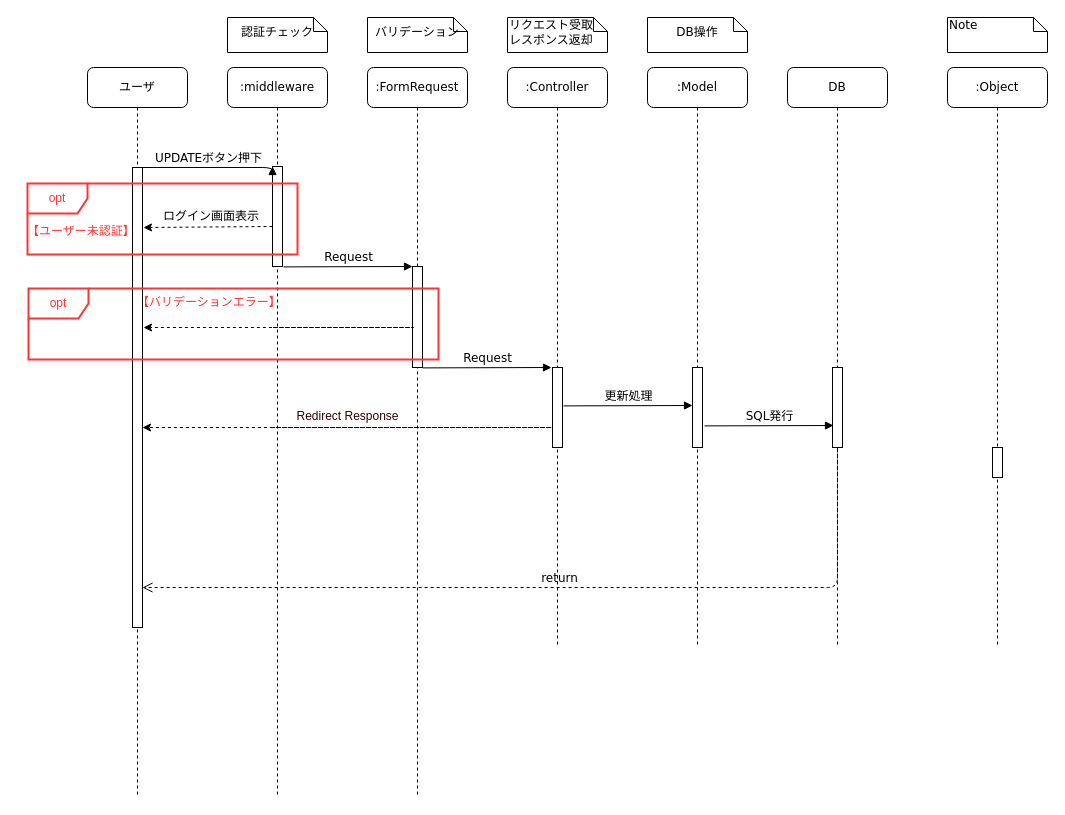
Above: Untitled Diagram.drawio in ryota-kawachi/ryota-kawachi.github.io (draw.io), before the change. Source tidied: cells renumbered, new cells numbered last; positions are measured from the earlier drawing's top-left corner, leaving out a move shared by most shapes. Both pictures are drawn from the tidied source at 100%, with x=0, y=0 at pixel (18, 17).
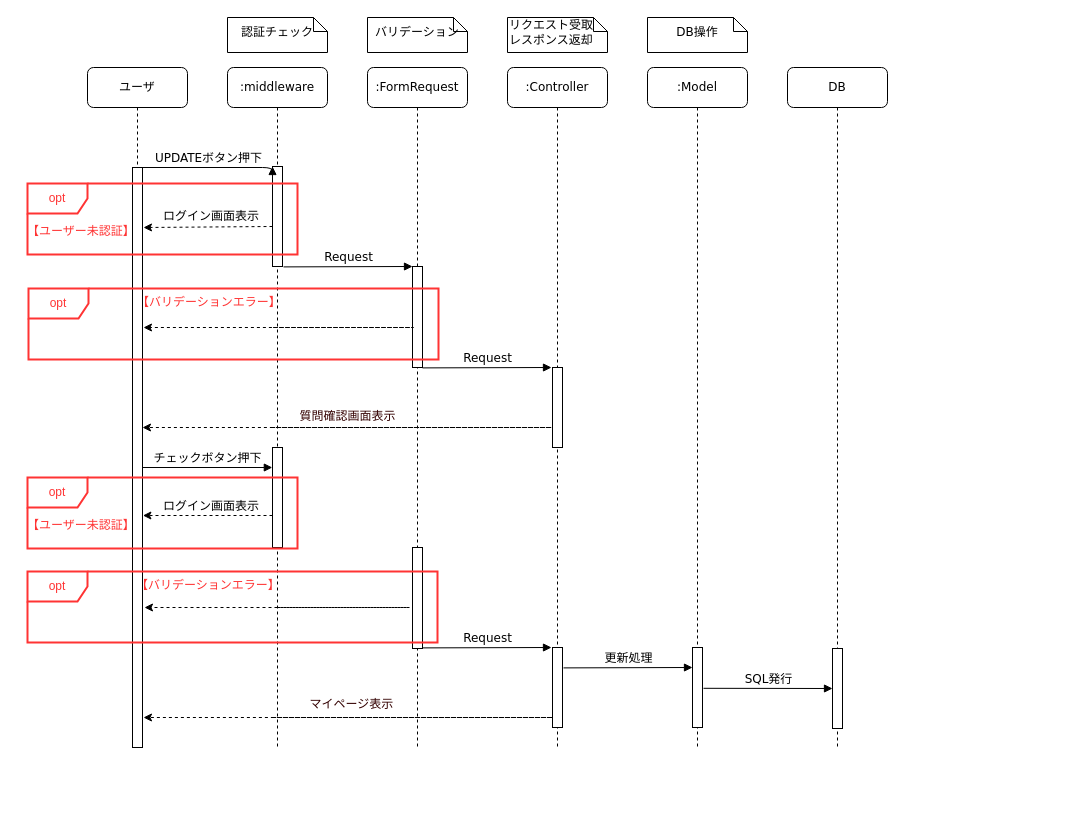
Above is the later version.

Commit message (it also covers changes not shown here):
Untitled Diagram.drawio を更新します

What changed in the source:
```diff
@@
     <mxCell id="2" value="ユーザ" style="shape=umlLifeline;perimeter=lifelinePerimeter;whiteSpace=wrap;html=1;rounded=1;shadow=0;comic=0;labelBackgroundColor=none;strokeWidth=1;fontFamily=Verdana;fontSize=12;align=center;" parent="1" vertex="1">
-      <mxGeometry x="69" y="50" width="100" height="730" as="geometry" />
+      <mxGeometry x="69" y="50" width="100" height="680" as="geometry" />
     </mxCell>
@@
     <mxCell id="4" style="html=1;points=[];perimeter=orthogonalPerimeter;rounded=0;shadow=0;comic=0;labelBackgroundColor=none;strokeWidth=1;fontFamily=Verdana;fontSize=12;align=center;" parent="1" vertex="1">
-      <mxGeometry x="114" y="150" width="10" height="460" as="geometry" />
+      <mxGeometry x="114" y="150" width="10" height="580" as="geometry" />
     </mxCell>
     <mxCell id="5" value=":middleware" style="shape=umlLifeline;perimeter=lifelinePerimeter;whiteSpace=wrap;html=1;rounded=1;shadow=0;comic=0;labelBackgroundColor=none;strokeWidth=1;fontFamily=Verdana;fontSize=12;align=center;" parent="1" vertex="1">
-      <mxGeometry x="209" y="50" width="100" height="730" as="geometry" />
+      <mxGeometry x="209" y="50" width="100" height="680" as="geometry" />
     </mxCell>
@@
+    <mxCell id="38" style="html=1;points=[];perimeter=orthogonalPerimeter;rounded=0;shadow=0;comic=0;labelBackgroundColor=none;strokeWidth=1;fontFamily=Verdana;fontSize=12;align=center;" parent="5" vertex="1">
+      <mxGeometry x="45" y="380" width="10" height="100" as="geometry" />
+    </mxCell>
+    <mxCell id="39" style="group;" parent="5" vertex="1">
+      <mxGeometry x="-84.6" y="430" width="129.6" height="18" as="geometry" />
+    </mxCell>
+    <mxCell id="40" value="ログイン画面表示" style="text;html=1;strokeColor=none;fillColor=none;align=center;verticalAlign=middle;whiteSpace=wrap;rounded=0;" parent="39" vertex="1">
+      <mxGeometry x="19" width="100" height="17" as="geometry" />
+    </mxCell>
+    <mxCell id="41" style="endArrow=classic;html=1;rounded=0;dashed=1;fontColor=#FF3333;" parent="39" edge="1">
+      <mxGeometry relative="1" as="geometry">
+        <mxPoint x="129.6" y="18" as="sourcePoint" />
+        <mxPoint y="18" as="targetPoint" />
+      </mxGeometry>
+    </mxCell>
     <mxCell id="11" value=":FormRequest" style="shape=umlLifeline;perimeter=lifelinePerimeter;whiteSpace=wrap;html=1;rounded=1;shadow=0;comic=0;labelBackgroundColor=none;strokeWidth=1;fontFamily=Verdana;fontSize=12;align=center;" parent="1" vertex="1">
-      <mxGeometry x="349" y="50" width="100" height="730" as="geometry" />
+      <mxGeometry x="349" y="50" width="100" height="680" as="geometry" />
     </mxCell>
@@
+    <mxCell id="42" style="html=1;perimeter=orthogonalPerimeter;rounded=0;shadow=0;comic=0;labelBackgroundColor=none;strokeWidth=1;fontFamily=Verdana;fontSize=12;align=center;" parent="11" vertex="1">
+      <mxGeometry x="45" y="480" width="10" height="101" as="geometry" />
+    </mxCell>
+    <mxCell id="43" style="endArrow=classic;html=1;rounded=0;fontColor=#FF3333;dashed=1;" parent="11" edge="1">
+      <mxGeometry relative="1" as="geometry">
+        <mxPoint x="-90" y="540" as="sourcePoint" />
+        <mxPoint x="-223" y="540" as="targetPoint" />
+        <Array as="points">
+          <mxPoint x="42" y="540" />
+        </Array>
+      </mxGeometry>
+    </mxCell>
+    <mxCell id="44" value="Request" style="html=1;verticalAlign=bottom;endArrow=block;labelBackgroundColor=none;fontFamily=Verdana;fontSize=12;edgeStyle=elbowEdgeStyle;elbow=vertical;" parent="11" edge="1">
+      <mxGeometry relative="1" as="geometry">
+        <mxPoint x="55" y="580.4" as="sourcePoint" />
+        <mxPoint x="184" y="580" as="targetPoint" />
+      </mxGeometry>
+    </mxCell>
+    <mxCell id="45" style="endArrow=classic;html=1;rounded=0;dashed=1;fontColor=#FF3333;" parent="11" edge="1">
+      <mxGeometry relative="1" as="geometry">
+        <mxPoint x="-94.4" y="650" as="sourcePoint" />
+        <mxPoint x="-224" y="650" as="targetPoint" />
+        <Array as="points">
+          <mxPoint x="191" y="650" />
+        </Array>
+      </mxGeometry>
+    </mxCell>
+    <mxCell id="46" value="&lt;font color=&quot;#330000&quot;&gt;マイページ表示&lt;/font&gt;" style="text;html=1;strokeColor=none;fillColor=none;align=center;verticalAlign=middle;whiteSpace=wrap;rounded=0;fontColor=#FF3333;" parent="11" vertex="1">
+      <mxGeometry x="-70" y="630" width="109" height="14" as="geometry" />
+    </mxCell>
     <mxCell id="14" value=":Controller" style="shape=umlLifeline;perimeter=lifelinePerimeter;whiteSpace=wrap;html=1;rounded=1;shadow=0;comic=0;labelBackgroundColor=none;strokeWidth=1;fontFamily=Verdana;fontSize=12;align=center;" parent="1" vertex="1">
-      <mxGeometry x="489" y="50" width="100" height="580" as="geometry" />
+      <mxGeometry x="489" y="50" width="100" height="680" as="geometry" />
     </mxCell>
@@
+    <mxCell id="47" style="html=1;perimeter=orthogonalPerimeter;rounded=0;shadow=0;comic=0;labelBackgroundColor=none;strokeWidth=1;fontFamily=Verdana;fontSize=12;align=center;" parent="14" vertex="1">
+      <mxGeometry x="45" y="580" width="10" height="80" as="geometry" />
+    </mxCell>
     <mxCell id="17" value=":Model" style="shape=umlLifeline;perimeter=lifelinePerimeter;whiteSpace=wrap;html=1;rounded=1;shadow=0;comic=0;labelBackgroundColor=none;strokeWidth=1;fontFamily=Verdana;fontSize=12;align=center;" parent="1" vertex="1">
-      <mxGeometry x="629" y="50" width="100" height="580" as="geometry" />
+      <mxGeometry x="629" y="50" width="100" height="680" as="geometry" />
     </mxCell>
     <mxCell id="18" style="html=1;perimeter=orthogonalPerimeter;rounded=0;shadow=0;comic=0;labelBackgroundColor=none;strokeWidth=1;fontFamily=Verdana;fontSize=12;align=center;" parent="17" vertex="1">
-      <mxGeometry x="45" y="300" width="10" height="80" as="geometry" />
+      <mxGeometry x="45" y="580" width="10" height="80" as="geometry" />
     </mxCell>
     <mxCell id="19" value="更新処理" style="html=1;verticalAlign=bottom;endArrow=block;labelBackgroundColor=none;fontFamily=Verdana;fontSize=12;edgeStyle=elbowEdgeStyle;elbow=vertical;" parent="17" edge="1">
       <mxGeometry relative="1" as="geometry">
-        <mxPoint x="-84" y="338.4" as="sourcePoint" />
-        <mxPoint x="45" y="338" as="targetPoint" />
+        <mxPoint x="-84" y="600.4" as="sourcePoint" />
+        <mxPoint x="45" y="600" as="targetPoint" />
       </mxGeometry>
     </mxCell>
     <mxCell id="20" value="DB" style="shape=umlLifeline;perimeter=lifelinePerimeter;whiteSpace=wrap;html=1;rounded=1;shadow=0;comic=0;labelBackgroundColor=none;strokeWidth=1;fontFamily=Verdana;fontSize=12;align=center;" parent="1" vertex="1">
-      <mxGeometry x="769" y="50" width="100" height="580" as="geometry" />
+      <mxGeometry x="769" y="50" width="100" height="680" as="geometry" />
     </mxCell>
     <mxCell id="21" style="html=1;points=[];perimeter=orthogonalPerimeter;rounded=0;shadow=0;comic=0;labelBackgroundColor=none;strokeWidth=1;fontFamily=Verdana;fontSize=12;align=center;" parent="20" vertex="1">
-      <mxGeometry x="45" y="300" width="10" height="80" as="geometry" />
+      <mxGeometry x="45" y="581" width="10" height="80" as="geometry" />
     </mxCell>
-    <mxCell id="22" value=":Object" style="shape=umlLifeline;perimeter=lifelinePerimeter;whiteSpace=wrap;html=1;rounded=1;shadow=0;comic=0;labelBackgroundColor=none;strokeWidth=1;fontFamily=Verdana;fontSize=12;align=center;" parent="1" vertex="1">
-      <mxGeometry x="929" y="50" width="100" height="580" as="geometry" />
-    </mxCell>
-    <mxCell id="23" style="html=1;perimeter=orthogonalPerimeter;rounded=0;shadow=0;comic=0;labelBackgroundColor=none;strokeColor=#000000;strokeWidth=1;fillColor=#FFFFFF;fontFamily=Verdana;fontSize=12;fontColor=#000000;align=center;" parent="1" vertex="1">
-      <mxGeometry x="974" y="430" width="10" height="30" as="geometry" />
-    </mxCell>
-    <mxCell id="24" value="return" style="html=1;verticalAlign=bottom;endArrow=open;dashed=1;endSize=8;labelBackgroundColor=none;fontFamily=Verdana;fontSize=12;edgeStyle=elbowEdgeStyle;elbow=vertical;" parent="1" edge="1" source="21" target="4">
-      <mxGeometry relative="1" as="geometry">
-        <Array as="points">
-          <mxPoint x="539" y="570" />
-        </Array>
-      </mxGeometry>
-    </mxCell>
+    <mxCell id="32" value="SQL発行" style="html=1;verticalAlign=bottom;endArrow=block;labelBackgroundColor=none;fontFamily=Verdana;fontSize=12;edgeStyle=elbowEdgeStyle;elbow=vertical;" parent="20" edge="1">
+      <mxGeometry relative="1" as="geometry">
+        <mxPoint x="-84" y="620.8" as="sourcePoint" />
+        <mxPoint x="45" y="620.4" as="targetPoint" />
+      </mxGeometry>
+    </mxCell>
@@
-    <mxCell id="30" value="Note" style="shape=note;whiteSpace=wrap;html=1;size=14;verticalAlign=top;align=left;spacingTop=-6;rounded=0;shadow=0;comic=0;labelBackgroundColor=none;strokeWidth=1;fontFamily=Verdana;fontSize=12;" parent="1" vertex="1">
-      <mxGeometry x="929" width="100" height="35" as="geometry" />
-    </mxCell>
@@
-    <mxCell id="32" value="SQL発行" style="html=1;verticalAlign=bottom;endArrow=block;labelBackgroundColor=none;fontFamily=Verdana;fontSize=12;edgeStyle=elbowEdgeStyle;elbow=vertical;" parent="1" edge="1">
-      <mxGeometry relative="1" as="geometry">
-        <mxPoint x="686" y="408.4" as="sourcePoint" />
-        <mxPoint x="815" y="408" as="targetPoint" />
-      </mxGeometry>
-    </mxCell>
@@
-    <mxCell id="37" value="&lt;font color=&quot;#330000&quot;&gt;Redirect Response&lt;/font&gt;" style="text;html=1;strokeColor=none;fillColor=none;align=center;verticalAlign=middle;whiteSpace=wrap;rounded=0;fontColor=#FF3333;" parent="1" vertex="1">
+    <mxCell id="37" value="&lt;font color=&quot;#330000&quot;&gt;質問確認画面表示&lt;/font&gt;" style="text;html=1;strokeColor=none;fillColor=none;align=center;verticalAlign=middle;whiteSpace=wrap;rounded=0;fontColor=#FF3333;" parent="1" vertex="1">
       <mxGeometry x="275" y="392" width="109" height="14" as="geometry" />
     </mxCell>
+    <mxCell id="48" value="チェックボタン押下" style="html=1;verticalAlign=bottom;endArrow=block;labelBackgroundColor=none;fontFamily=Verdana;fontSize=12;edgeStyle=elbowEdgeStyle;elbow=vertical;entryX=-0.017;entryY=0.197;entryDx=0;entryDy=0;entryPerimeter=0;" parent="1" edge="1" target="38">
+      <mxGeometry relative="1" as="geometry">
+        <mxPoint x="124" y="450" as="sourcePoint" />
+      </mxGeometry>
+    </mxCell>
+    <mxCell id="49" style="group;" parent="1" vertex="1">
+      <mxGeometry x="9" y="460" width="270" height="71" as="geometry" />
+    </mxCell>
+    <mxCell id="50" value="&lt;font color=&quot;#ff3333&quot;&gt;opt&lt;/font&gt;" style="shape=umlFrame;whiteSpace=wrap;html=1;strokeColor=#FF3333;strokeWidth=2;" parent="49" vertex="1">
+      <mxGeometry width="270" height="71" as="geometry" />
+    </mxCell>
+    <mxCell id="51" value="【ユーザー未認証】" style="text;html=1;strokeColor=none;fillColor=none;align=center;verticalAlign=middle;whiteSpace=wrap;rounded=0;fontColor=#FF3333;" parent="49" vertex="1">
+      <mxGeometry x="-5" y="33" width="118" height="30" as="geometry" />
+    </mxCell>
+    <mxCell id="52" style="group;" parent="1" vertex="1">
+      <mxGeometry x="-1" y="554" width="410" height="71" as="geometry" />
+    </mxCell>
+    <mxCell id="53" value="&lt;font color=&quot;#ff3333&quot;&gt;opt&lt;/font&gt;" style="shape=umlFrame;whiteSpace=wrap;html=1;strokeColor=#FF3333;strokeWidth=2;" parent="52" vertex="1">
+      <mxGeometry x="10" width="410" height="71" as="geometry" />
+    </mxCell>
+    <mxCell id="54" value="【バリデーションエラー】" style="text;html=1;strokeColor=none;fillColor=none;align=center;verticalAlign=middle;whiteSpace=wrap;rounded=0;fontColor=#FF3333;" parent="52" vertex="1">
+      <mxGeometry x="115" y="-1" width="151.9" height="30" as="geometry" />
+    </mxCell>
```
